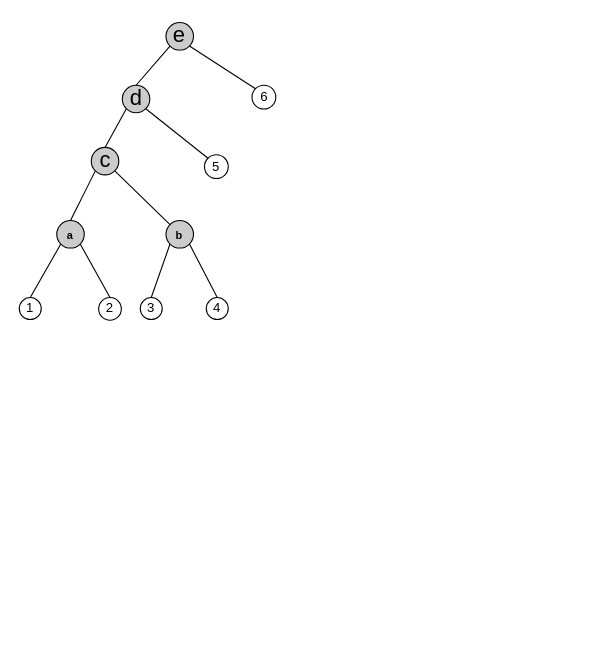
This is img/Fig5.drawio from tahiri-lab/PrismTree, a draw.io file, before an edit. Source tidied: cells renumbered, new cells numbered last; positions are measured from the earlier drawing's top-left corner, leaving out a move shared by most shapes. Both pictures are drawn from the tidied source at 110%, with x=0, y=0 at pixel (19, 22).
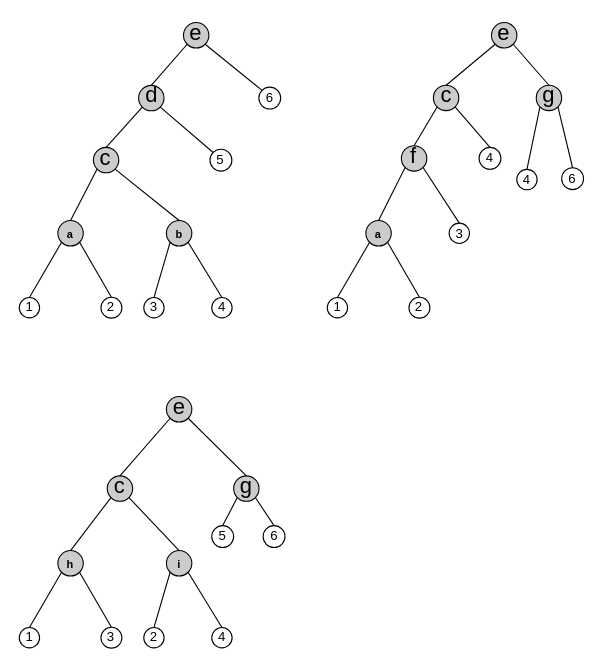
After the change.

Change to the diagram source:
```diff
@@
+    <mxCell id="23" style="group;" parent="1" vertex="1">
+      <mxGeometry width="240" height="270.3" as="geometry" />
+    </mxCell>
-    <mxCell id="2" value="&lt;b style=&quot;font-size: 10px;&quot;&gt;b&lt;br style=&quot;font-size: 10px;&quot;&gt;&lt;/b&gt;" style="ellipse;whiteSpace=wrap;html=1;fontSize=10;fillColor=#CCCCCC;" parent="1" vertex="1">
-      <mxGeometry x="133.4" y="180" width="25" height="25" as="geometry" />
+    <mxCell id="2" value="&lt;b style=&quot;font-size: 10px;&quot;&gt;b&lt;br style=&quot;font-size: 10px;&quot;&gt;&lt;/b&gt;" style="ellipse;whiteSpace=wrap;html=1;fontSize=10;fillColor=#CCCCCC;" parent="23" vertex="1">
+      <mxGeometry x="133.8" y="180" width="23.1" height="23.1" as="geometry" />
     </mxCell>
-    <mxCell id="3" value="&lt;span style=&quot;font-size: 20px;&quot;&gt;&lt;font style=&quot;font-size: 20px;&quot;&gt;e&lt;/font&gt;&lt;br style=&quot;font-size: 20px;&quot;&gt;&lt;/span&gt;" style="ellipse;whiteSpace=wrap;html=1;fontSize=20;fillColor=#CCCCCC;verticalAlign=bottom;fontStyle=0;" parent="1" vertex="1">
-      <mxGeometry x="133.4" width="25" height="25" as="geometry" />
+    <mxCell id="3" value="&lt;span style=&quot;font-size: 20px;&quot;&gt;&lt;font style=&quot;font-size: 20px;&quot;&gt;e&lt;/font&gt;&lt;br style=&quot;font-size: 20px;&quot;&gt;&lt;/span&gt;" style="ellipse;whiteSpace=wrap;html=1;fontSize=20;fillColor=#CCCCCC;verticalAlign=bottom;fontStyle=0;" parent="23" vertex="1">
+      <mxGeometry x="149.3" width="23.1" height="23.1" as="geometry" />
     </mxCell>
-    <mxCell id="4" value="1" style="ellipse;whiteSpace=wrap;html=1;fontSize=12;" parent="1" vertex="1">
-      <mxGeometry y="250" width="20" height="20" as="geometry" />
+    <mxCell id="4" value="1" style="ellipse;whiteSpace=wrap;html=1;fontSize=12;" parent="23" vertex="1">
+      <mxGeometry y="250" width="18.5" height="18.5" as="geometry" />
     </mxCell>
-    <mxCell id="5" value="3" style="ellipse;whiteSpace=wrap;html=1;fontSize=12;" parent="1" vertex="1">
-      <mxGeometry x="110" y="250" width="20" height="20" as="geometry" />
+    <mxCell id="5" value="3" style="ellipse;whiteSpace=wrap;html=1;fontSize=12;" parent="23" vertex="1">
+      <mxGeometry x="113.2" y="250" width="18.5" height="18.5" as="geometry" />
     </mxCell>
-    <mxCell id="6" value="4" style="ellipse;whiteSpace=wrap;html=1;fontSize=12;" parent="1" vertex="1">
-      <mxGeometry x="170" y="250" width="20" height="20" as="geometry" />
+    <mxCell id="6" value="4" style="ellipse;whiteSpace=wrap;html=1;fontSize=12;" parent="23" vertex="1">
+      <mxGeometry x="175" y="250" width="18.5" height="18.5" as="geometry" />
     </mxCell>
-    <mxCell id="7" value="5" style="ellipse;whiteSpace=wrap;html=1;fontSize=12;" parent="1" vertex="1">
-      <mxGeometry x="168.4" y="120.2" width="21.6" height="21.6" as="geometry" />
+    <mxCell id="7" value="5" style="ellipse;whiteSpace=wrap;html=1;fontSize=12;" parent="23" vertex="1">
+      <mxGeometry x="173.4" y="115.2" width="19.9" height="19.9" as="geometry" />
     </mxCell>
-    <mxCell id="8" value="&lt;b style=&quot;font-size: 10px;&quot;&gt;a&lt;br style=&quot;font-size: 10px;&quot;&gt;&lt;/b&gt;" style="ellipse;whiteSpace=wrap;html=1;fontSize=10;fillColor=#CCCCCC;" parent="1" vertex="1">
-      <mxGeometry x="34.1" y="180" width="25" height="25" as="geometry" />
+    <mxCell id="8" value="&lt;b style=&quot;font-size: 10px;&quot;&gt;a&lt;br style=&quot;font-size: 10px;&quot;&gt;&lt;/b&gt;" style="ellipse;whiteSpace=wrap;html=1;fontSize=10;fillColor=#CCCCCC;" parent="23" vertex="1">
+      <mxGeometry x="35.1" y="180" width="23.1" height="23.1" as="geometry" />
     </mxCell>
-    <mxCell id="9" value="2" style="ellipse;whiteSpace=wrap;html=1;fontSize=12;" parent="1" vertex="1">
-      <mxGeometry x="72.2" y="250" width="20.6" height="20.6" as="geometry" />
+    <mxCell id="9" value="2" style="ellipse;whiteSpace=wrap;html=1;fontSize=12;" parent="23" vertex="1">
+      <mxGeometry x="74.3" y="249.7" width="19" height="19" as="geometry" />
     </mxCell>
-    <mxCell id="10" value="6" style="ellipse;whiteSpace=wrap;html=1;fontSize=12;" parent="1" vertex="1">
-      <mxGeometry x="211.6" y="57" width="21.6" height="21.6" as="geometry" />
+    <mxCell id="10" value="6" style="ellipse;whiteSpace=wrap;html=1;fontSize=12;" parent="23" vertex="1">
+      <mxGeometry x="217.8" y="58.7" width="19.9" height="19.9" as="geometry" />
     </mxCell>
-    <mxCell id="11" value="&lt;span style=&quot;font-size: 20px;&quot;&gt;&lt;font style=&quot;font-size: 20px;&quot;&gt;d&lt;/font&gt;&lt;br style=&quot;font-size: 20px;&quot;&gt;&lt;/span&gt;" style="ellipse;whiteSpace=wrap;html=1;fontSize=20;fillColor=#CCCCCC;verticalAlign=bottom;fontStyle=0;" parent="1" vertex="1">
-      <mxGeometry x="93.7" y="57" width="25" height="25" as="geometry" />
+    <mxCell id="11" value="&lt;span style=&quot;font-size: 20px;&quot;&gt;&lt;font style=&quot;font-size: 20px;&quot;&gt;d&lt;/font&gt;&lt;br style=&quot;font-size: 20px;&quot;&gt;&lt;/span&gt;" style="ellipse;whiteSpace=wrap;html=1;fontSize=20;fillColor=#CCCCCC;verticalAlign=bottom;fontStyle=0;" parent="23" vertex="1">
+      <mxGeometry x="108.5" y="57.1" width="23.1" height="23.1" as="geometry" />
     </mxCell>
-    <mxCell id="12" value="&lt;span style=&quot;font-size: 20px;&quot;&gt;&lt;span style=&quot;font-size: 20px;&quot;&gt;c&lt;/span&gt;&lt;br style=&quot;font-size: 20px;&quot;&gt;&lt;/span&gt;" style="ellipse;whiteSpace=wrap;html=1;fontSize=20;fillColor=#CCCCCC;align=center;verticalAlign=bottom;fontStyle=0;" parent="1" vertex="1">
-      <mxGeometry x="65.5" y="113.5" width="25" height="25" as="geometry" />
+    <mxCell id="12" value="&lt;span style=&quot;font-size: 20px;&quot;&gt;&lt;span style=&quot;font-size: 20px;&quot;&gt;c&lt;/span&gt;&lt;br style=&quot;font-size: 20px;&quot;&gt;&lt;/span&gt;" style="ellipse;whiteSpace=wrap;html=1;fontSize=20;fillColor=#CCCCCC;align=center;verticalAlign=bottom;fontStyle=0;" parent="23" vertex="1">
+      <mxGeometry x="67.4" y="113.5" width="23.1" height="23.1" as="geometry" />
     </mxCell>
-    <mxCell id="13" style="endArrow=none;html=1;rounded=0;entryX=1;entryY=1;entryDx=0;entryDy=0;exitX=0.5;exitY=0;exitDx=0;exitDy=0;" parent="1" edge="1" source="9" target="8">
+    <mxCell id="13" style="endArrow=none;html=1;rounded=0;entryX=1;entryY=1;entryDx=0;entryDy=0;exitX=0.5;exitY=0;exitDx=0;exitDy=0;" parent="23" edge="1" source="9" target="8">
       <mxGeometry relative="1" as="geometry" />
     </mxCell>
-    <mxCell id="14" style="endArrow=none;html=1;rounded=0;exitX=0;exitY=1;exitDx=0;exitDy=0;entryX=0.5;entryY=0;entryDx=0;entryDy=0;" parent="1" edge="1" source="8" target="4">
+    <mxCell id="14" style="endArrow=none;html=1;rounded=0;exitX=0;exitY=1;exitDx=0;exitDy=0;entryX=0.5;entryY=0;entryDx=0;entryDy=0;" parent="23" edge="1" source="8" target="4">
       <mxGeometry relative="1" as="geometry" />
     </mxCell>
-    <mxCell id="15" style="endArrow=none;html=1;rounded=0;exitX=1;exitY=1;exitDx=0;exitDy=0;entryX=0;entryY=0;entryDx=0;entryDy=0;" parent="1" edge="1" source="12" target="2">
+    <mxCell id="15" style="endArrow=none;html=1;rounded=0;exitX=1;exitY=1;exitDx=0;exitDy=0;entryX=0.5;entryY=0;entryDx=0;entryDy=0;" parent="23" edge="1" source="12" target="2">
       <mxGeometry relative="1" as="geometry" />
     </mxCell>
-    <mxCell id="16" style="endArrow=none;html=1;rounded=0;entryX=1;entryY=1;entryDx=0;entryDy=0;exitX=0;exitY=0;exitDx=0;exitDy=0;" parent="1" edge="1" source="7" target="11">
+    <mxCell id="16" style="endArrow=none;html=1;rounded=0;entryX=1;entryY=1;entryDx=0;entryDy=0;exitX=0;exitY=0;exitDx=0;exitDy=0;" parent="23" edge="1" source="7" target="11">
       <mxGeometry relative="1" as="geometry" />
     </mxCell>
-    <mxCell id="17" style="endArrow=none;html=1;rounded=0;entryX=1;entryY=1;entryDx=0;entryDy=0;exitX=0;exitY=0;exitDx=0;exitDy=0;" parent="1" edge="1" source="10" target="3">
+    <mxCell id="17" style="endArrow=none;html=1;rounded=0;entryX=1;entryY=1;entryDx=0;entryDy=0;exitX=0;exitY=0;exitDx=0;exitDy=0;" parent="23" edge="1" source="10" target="3">
       <mxGeometry relative="1" as="geometry" />
     </mxCell>
-    <mxCell id="18" style="endArrow=none;html=1;rounded=0;entryX=0;entryY=1;entryDx=0;entryDy=0;exitX=0.5;exitY=0;exitDx=0;exitDy=0;" parent="1" edge="1" source="8" target="12">
+    <mxCell id="18" style="endArrow=none;html=1;rounded=0;entryX=0;entryY=1;entryDx=0;entryDy=0;exitX=0.5;exitY=0;exitDx=0;exitDy=0;" parent="23" edge="1" source="8" target="12">
       <mxGeometry relative="1" as="geometry" />
     </mxCell>
-    <mxCell id="19" style="endArrow=none;html=1;rounded=0;entryX=0;entryY=1;entryDx=0;entryDy=0;exitX=0.5;exitY=0;exitDx=0;exitDy=0;" parent="1" edge="1" source="12" target="11">
+    <mxCell id="19" style="endArrow=none;html=1;rounded=0;entryX=0;entryY=1;entryDx=0;entryDy=0;exitX=0.5;exitY=0;exitDx=0;exitDy=0;" parent="23" edge="1" source="12" target="11">
       <mxGeometry relative="1" as="geometry" />
     </mxCell>
-    <mxCell id="20" style="endArrow=none;html=1;rounded=0;entryX=0;entryY=1;entryDx=0;entryDy=0;exitX=0.5;exitY=0;exitDx=0;exitDy=0;" parent="1" edge="1" source="11" target="3">
+    <mxCell id="20" style="endArrow=none;html=1;rounded=0;entryX=0;entryY=1;entryDx=0;entryDy=0;exitX=0.5;exitY=0;exitDx=0;exitDy=0;" parent="23" edge="1" source="11" target="3">
       <mxGeometry relative="1" as="geometry" />
     </mxCell>
-    <mxCell id="21" style="endArrow=none;html=1;rounded=0;entryX=0;entryY=1;entryDx=0;entryDy=0;exitX=0.5;exitY=0;exitDx=0;exitDy=0;" parent="1" edge="1" source="5" target="2">
+    <mxCell id="21" style="endArrow=none;html=1;rounded=0;entryX=0;entryY=1;entryDx=0;entryDy=0;exitX=0.5;exitY=0;exitDx=0;exitDy=0;" parent="23" edge="1" source="5" target="2">
       <mxGeometry relative="1" as="geometry" />
     </mxCell>
-    <mxCell id="22" style="endArrow=none;html=1;rounded=0;entryX=0.5;entryY=0;entryDx=0;entryDy=0;exitX=1;exitY=1;exitDx=0;exitDy=0;" parent="1" edge="1" source="2" target="6">
+    <mxCell id="22" style="endArrow=none;html=1;rounded=0;entryX=0.5;entryY=0;entryDx=0;entryDy=0;exitX=1;exitY=1;exitDx=0;exitDy=0;" parent="23" edge="1" source="2" target="6">
       <mxGeometry relative="1" as="geometry" />
     </mxCell>
+    <mxCell id="24" style="group;" parent="1" vertex="1">
+      <mxGeometry x="280" width="240" height="270.3" as="geometry" />
+    </mxCell>
+    <mxCell id="25" value="&lt;span style=&quot;font-size: 20px;&quot;&gt;&lt;font style=&quot;font-size: 20px;&quot;&gt;e&lt;/font&gt;&lt;br style=&quot;font-size: 20px;&quot;&gt;&lt;/span&gt;" style="ellipse;whiteSpace=wrap;html=1;fontSize=20;fillColor=#CCCCCC;verticalAlign=bottom;fontStyle=0;" parent="24" vertex="1">
+      <mxGeometry x="149.3" width="23.1" height="23.1" as="geometry" />
+    </mxCell>
+    <mxCell id="26" value="1" style="ellipse;whiteSpace=wrap;html=1;fontSize=12;" parent="24" vertex="1">
+      <mxGeometry y="250" width="18.5" height="18.5" as="geometry" />
+    </mxCell>
+    <mxCell id="27" value="3" style="ellipse;whiteSpace=wrap;html=1;fontSize=12;" parent="24" vertex="1">
+      <mxGeometry x="110.8" y="182.3" width="18.5" height="18.5" as="geometry" />
+    </mxCell>
+    <mxCell id="28" value="4" style="ellipse;whiteSpace=wrap;html=1;fontSize=12;" parent="24" vertex="1">
+      <mxGeometry x="172.3" y="133.5" width="18.5" height="18.5" as="geometry" />
+    </mxCell>
+    <mxCell id="29" value="4" style="ellipse;whiteSpace=wrap;html=1;fontSize=12;" parent="24" vertex="1">
+      <mxGeometry x="138" y="113.5" width="19.9" height="19.9" as="geometry" />
+    </mxCell>
+    <mxCell id="30" value="&lt;b style=&quot;font-size: 10px;&quot;&gt;a&lt;br style=&quot;font-size: 10px;&quot;&gt;&lt;/b&gt;" style="ellipse;whiteSpace=wrap;html=1;fontSize=10;fillColor=#CCCCCC;" parent="24" vertex="1">
+      <mxGeometry x="35.1" y="180" width="23.1" height="23.1" as="geometry" />
+    </mxCell>
+    <mxCell id="31" value="2" style="ellipse;whiteSpace=wrap;html=1;fontSize=12;" parent="24" vertex="1">
+      <mxGeometry x="74.3" y="249.7" width="19" height="19" as="geometry" />
+    </mxCell>
+    <mxCell id="32" value="&lt;span style=&quot;font-size: 20px;&quot;&gt;&lt;font style=&quot;font-size: 20px;&quot;&gt;c&lt;/font&gt;&lt;br style=&quot;font-size: 20px;&quot;&gt;&lt;/span&gt;" style="ellipse;whiteSpace=wrap;html=1;fontSize=20;fillColor=#CCCCCC;verticalAlign=bottom;fontStyle=0;" parent="24" vertex="1">
+      <mxGeometry x="96.5" y="57" width="23.1" height="23.1" as="geometry" />
+    </mxCell>
+    <mxCell id="33" value="&lt;span style=&quot;font-size: 20px;&quot;&gt;&lt;span style=&quot;font-size: 20px;&quot;&gt;f&lt;/span&gt;&lt;br style=&quot;font-size: 20px;&quot;&gt;&lt;/span&gt;" style="ellipse;whiteSpace=wrap;html=1;fontSize=20;fillColor=#CCCCCC;align=center;verticalAlign=bottom;fontStyle=0;" parent="24" vertex="1">
+      <mxGeometry x="67.4" y="112" width="23.1" height="23.1" as="geometry" />
+    </mxCell>
+    <mxCell id="34" style="endArrow=none;html=1;rounded=0;entryX=1;entryY=1;entryDx=0;entryDy=0;exitX=0.5;exitY=0;exitDx=0;exitDy=0;" parent="24" edge="1" source="31" target="30">
+      <mxGeometry relative="1" as="geometry" />
+    </mxCell>
+    <mxCell id="35" style="endArrow=none;html=1;rounded=0;exitX=0;exitY=1;exitDx=0;exitDy=0;entryX=0.5;entryY=0;entryDx=0;entryDy=0;" parent="24" edge="1" source="30" target="26">
+      <mxGeometry relative="1" as="geometry" />
+    </mxCell>
+    <mxCell id="36" style="endArrow=none;html=1;rounded=0;entryX=1;entryY=1;entryDx=0;entryDy=0;exitX=0.5;exitY=0;exitDx=0;exitDy=0;" parent="24" edge="1" source="29" target="32">
+      <mxGeometry relative="1" as="geometry" />
+    </mxCell>
+    <mxCell id="37" style="endArrow=none;html=1;rounded=0;entryX=0;entryY=1;entryDx=0;entryDy=0;exitX=0.5;exitY=0;exitDx=0;exitDy=0;" parent="24" edge="1" source="30" target="33">
+      <mxGeometry relative="1" as="geometry" />
+    </mxCell>
+    <mxCell id="38" style="endArrow=none;html=1;rounded=0;entryX=0;entryY=1;entryDx=0;entryDy=0;exitX=0.5;exitY=0;exitDx=0;exitDy=0;" parent="24" edge="1" source="33" target="32">
+      <mxGeometry relative="1" as="geometry" />
+    </mxCell>
+    <mxCell id="39" style="endArrow=none;html=1;rounded=0;entryX=0;entryY=1;entryDx=0;entryDy=0;exitX=0.5;exitY=0;exitDx=0;exitDy=0;" parent="24" edge="1" source="32" target="25">
+      <mxGeometry relative="1" as="geometry" />
+    </mxCell>
+    <mxCell id="40" style="endArrow=none;html=1;rounded=0;entryX=1;entryY=1;entryDx=0;entryDy=0;exitX=0.5;exitY=0;exitDx=0;exitDy=0;" parent="24" edge="1" source="27" target="33">
+      <mxGeometry relative="1" as="geometry" />
+    </mxCell>
+    <mxCell id="41" style="endArrow=none;html=1;rounded=0;entryX=0.5;entryY=0;entryDx=0;entryDy=0;exitX=0;exitY=1;exitDx=0;exitDy=0;" parent="24" edge="1" source="42" target="28">
+      <mxGeometry relative="1" as="geometry" />
+    </mxCell>
+    <mxCell id="42" value="&lt;span style=&quot;font-size: 20px;&quot;&gt;&lt;font style=&quot;font-size: 20px;&quot;&gt;g&lt;/font&gt;&lt;br style=&quot;font-size: 20px;&quot;&gt;&lt;/span&gt;" style="ellipse;whiteSpace=wrap;html=1;fontSize=20;fillColor=#CCCCCC;verticalAlign=bottom;fontStyle=0;" parent="24" vertex="1">
+      <mxGeometry x="190" y="57" width="23.1" height="23.1" as="geometry" />
+    </mxCell>
+    <mxCell id="43" style="endArrow=none;html=1;rounded=0;entryX=1;entryY=1;entryDx=0;entryDy=0;exitX=0.5;exitY=0;exitDx=0;exitDy=0;" parent="24" edge="1" source="42" target="25">
+      <mxGeometry relative="1" as="geometry" />
+    </mxCell>
+    <mxCell id="44" value="6" style="ellipse;whiteSpace=wrap;html=1;fontSize=12;" parent="24" vertex="1">
+      <mxGeometry x="213.1" y="132" width="19.9" height="19.9" as="geometry" />
+    </mxCell>
+    <mxCell id="45" style="endArrow=none;html=1;rounded=0;entryX=1;entryY=1;entryDx=0;entryDy=0;exitX=0.5;exitY=0;exitDx=0;exitDy=0;" parent="24" edge="1" source="44" target="42">
+      <mxGeometry relative="1" as="geometry" />
+    </mxCell>
+    <mxCell id="46" style="group;" parent="1" vertex="1">
+      <mxGeometry y="300" width="240" height="270.3" as="geometry" />
+    </mxCell>
+    <mxCell id="47" value="&lt;b style=&quot;font-size: 10px;&quot;&gt;i&lt;br style=&quot;font-size: 10px;&quot;&gt;&lt;/b&gt;" style="ellipse;whiteSpace=wrap;html=1;fontSize=10;fillColor=#CCCCCC;" parent="46" vertex="1">
+      <mxGeometry x="133.8" y="180" width="23.1" height="23.1" as="geometry" />
+    </mxCell>
+    <mxCell id="48" value="&lt;span style=&quot;font-size: 20px;&quot;&gt;&lt;font style=&quot;font-size: 20px;&quot;&gt;e&lt;/font&gt;&lt;br style=&quot;font-size: 20px;&quot;&gt;&lt;/span&gt;" style="ellipse;whiteSpace=wrap;html=1;fontSize=20;fillColor=#CCCCCC;verticalAlign=bottom;fontStyle=0;" parent="46" vertex="1">
+      <mxGeometry x="133.8" y="40" width="23.1" height="23.1" as="geometry" />
+    </mxCell>
+    <mxCell id="49" value="1" style="ellipse;whiteSpace=wrap;html=1;fontSize=12;" parent="46" vertex="1">
+      <mxGeometry y="250" width="18.5" height="18.5" as="geometry" />
+    </mxCell>
+    <mxCell id="50" value="2" style="ellipse;whiteSpace=wrap;html=1;fontSize=12;" parent="46" vertex="1">
+      <mxGeometry x="113.2" y="250" width="18.5" height="18.5" as="geometry" />
+    </mxCell>
+    <mxCell id="51" value="4" style="ellipse;whiteSpace=wrap;html=1;fontSize=12;" parent="46" vertex="1">
+      <mxGeometry x="175" y="250" width="18.5" height="18.5" as="geometry" />
+    </mxCell>
+    <mxCell id="52" value="5" style="ellipse;whiteSpace=wrap;html=1;fontSize=12;" parent="46" vertex="1">
+      <mxGeometry x="175" y="157.3" width="19.9" height="19.9" as="geometry" />
+    </mxCell>
+    <mxCell id="53" value="&lt;b style=&quot;font-size: 10px;&quot;&gt;h&lt;br style=&quot;font-size: 10px;&quot;&gt;&lt;/b&gt;" style="ellipse;whiteSpace=wrap;html=1;fontSize=10;fillColor=#CCCCCC;" parent="46" vertex="1">
+      <mxGeometry x="35.1" y="180" width="23.1" height="23.1" as="geometry" />
+    </mxCell>
+    <mxCell id="54" value="3" style="ellipse;whiteSpace=wrap;html=1;fontSize=12;" parent="46" vertex="1">
+      <mxGeometry x="74.3" y="249.7" width="19" height="19" as="geometry" />
+    </mxCell>
+    <mxCell id="55" value="6" style="ellipse;whiteSpace=wrap;html=1;fontSize=12;" parent="46" vertex="1">
+      <mxGeometry x="221.7" y="157.3" width="19.9" height="19.9" as="geometry" />
+    </mxCell>
+    <mxCell id="56" value="&lt;span style=&quot;font-size: 20px;&quot;&gt;&lt;span style=&quot;font-size: 20px;&quot;&gt;c&lt;/span&gt;&lt;br style=&quot;font-size: 20px;&quot;&gt;&lt;/span&gt;" style="ellipse;whiteSpace=wrap;html=1;fontSize=20;fillColor=#CCCCCC;align=center;verticalAlign=bottom;fontStyle=0;" parent="46" vertex="1">
+      <mxGeometry x="80" y="112.1" width="23.1" height="23.1" as="geometry" />
+    </mxCell>
+    <mxCell id="57" style="endArrow=none;html=1;rounded=0;entryX=1;entryY=1;entryDx=0;entryDy=0;exitX=0.5;exitY=0;exitDx=0;exitDy=0;" parent="46" edge="1" source="54" target="53">
+      <mxGeometry relative="1" as="geometry" />
+    </mxCell>
+    <mxCell id="58" style="endArrow=none;html=1;rounded=0;exitX=0;exitY=1;exitDx=0;exitDy=0;entryX=0.5;entryY=0;entryDx=0;entryDy=0;" parent="46" edge="1" source="53" target="49">
+      <mxGeometry relative="1" as="geometry" />
+    </mxCell>
+    <mxCell id="59" style="endArrow=none;html=1;rounded=0;exitX=1;exitY=1;exitDx=0;exitDy=0;entryX=0.5;entryY=0;entryDx=0;entryDy=0;" parent="46" edge="1" source="56" target="47">
+      <mxGeometry relative="1" as="geometry" />
+    </mxCell>
+    <mxCell id="60" style="endArrow=none;html=1;rounded=0;entryX=0;entryY=1;entryDx=0;entryDy=0;exitX=0.5;exitY=0;exitDx=0;exitDy=0;" parent="46" edge="1" source="52" target="66">
+      <mxGeometry relative="1" as="geometry" />
+    </mxCell>
+    <mxCell id="61" style="endArrow=none;html=1;rounded=0;entryX=1;entryY=1;entryDx=0;entryDy=0;exitX=0.5;exitY=0;exitDx=0;exitDy=0;" parent="46" edge="1" source="55" target="66">
+      <mxGeometry relative="1" as="geometry" />
+    </mxCell>
+    <mxCell id="62" style="endArrow=none;html=1;rounded=0;entryX=0;entryY=1;entryDx=0;entryDy=0;exitX=0.5;exitY=0;exitDx=0;exitDy=0;" parent="46" edge="1" source="53" target="56">
+      <mxGeometry relative="1" as="geometry" />
+    </mxCell>
+    <mxCell id="63" style="endArrow=none;html=1;rounded=0;entryX=0;entryY=1;entryDx=0;entryDy=0;exitX=0.5;exitY=0;exitDx=0;exitDy=0;" parent="46" edge="1" source="56" target="48">
+      <mxGeometry relative="1" as="geometry" />
+    </mxCell>
+    <mxCell id="64" style="endArrow=none;html=1;rounded=0;entryX=0;entryY=1;entryDx=0;entryDy=0;exitX=0.5;exitY=0;exitDx=0;exitDy=0;" parent="46" edge="1" source="50" target="47">
+      <mxGeometry relative="1" as="geometry" />
+    </mxCell>
+    <mxCell id="65" style="endArrow=none;html=1;rounded=0;entryX=0.5;entryY=0;entryDx=0;entryDy=0;exitX=1;exitY=1;exitDx=0;exitDy=0;" parent="46" edge="1" source="47" target="51">
+      <mxGeometry relative="1" as="geometry" />
+    </mxCell>
+    <mxCell id="66" value="&lt;span style=&quot;font-size: 20px;&quot;&gt;&lt;font style=&quot;font-size: 20px;&quot;&gt;g&lt;/font&gt;&lt;br style=&quot;font-size: 20px;&quot;&gt;&lt;/span&gt;" style="ellipse;whiteSpace=wrap;html=1;fontSize=20;fillColor=#CCCCCC;verticalAlign=bottom;fontStyle=0;" parent="46" vertex="1">
+      <mxGeometry x="194.9" y="112.1" width="23.1" height="23.1" as="geometry" />
+    </mxCell>
+    <mxCell id="67" style="endArrow=none;html=1;rounded=0;entryX=1;entryY=1;entryDx=0;entryDy=0;exitX=0.5;exitY=0;exitDx=0;exitDy=0;" parent="46" edge="1" source="66" target="48">
+      <mxGeometry relative="1" as="geometry" />
+    </mxCell>
```
